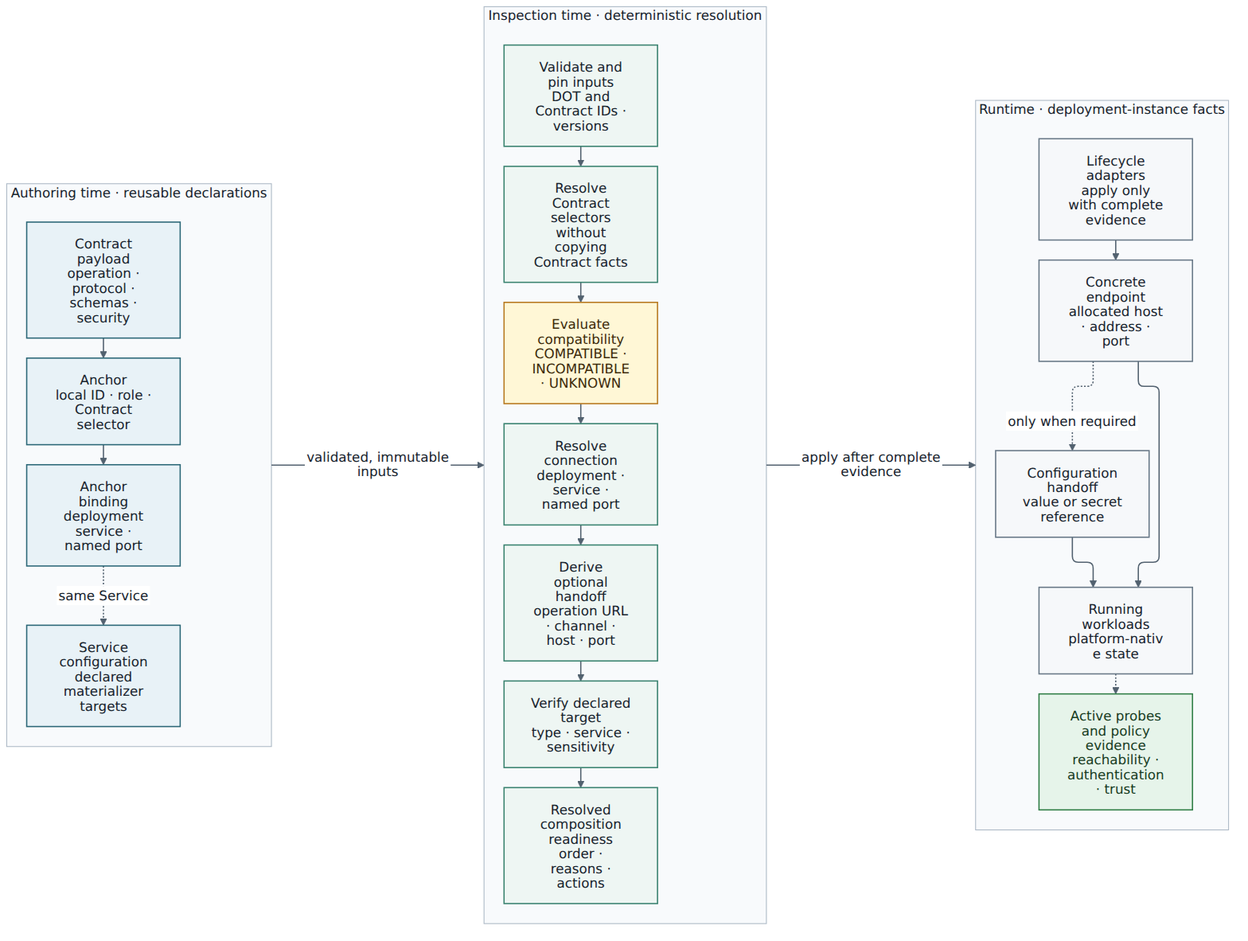
This is DOT-Design/next/dot-design/_images/diagrams/composition-resolution-stages.png from MARE-EU-Project/DOT-Docs, a Mermaid export, as it was before one commit. Its source is kept beside it as DOT-Design/next/dot-design/_attachments/diagrams/composition-resolution-stages.mmd.
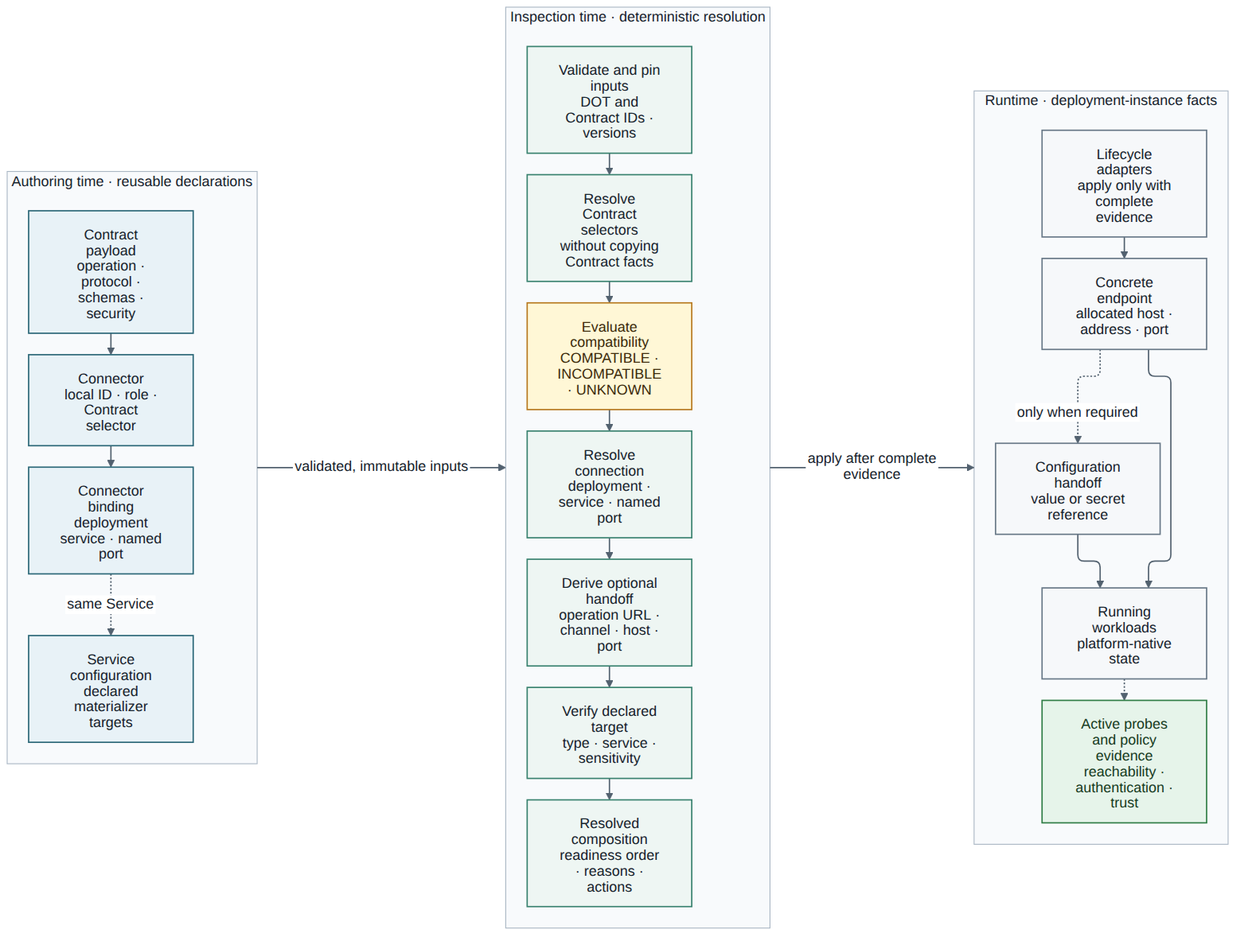
After the change.

The edit, as a diff of the source:
```diff
@@ -1,15 +1,15 @@
 flowchart LR
   accTitle: Authoring, composition resolution, and runtime stages
-  accDescr: Independently authored Contracts, Anchors, bindings, and configuration declarations are pinned and resolved into a deterministic resolved composition before lifecycle adapters create endpoints, materialize configuration, and collect runtime evidence.
+  accDescr: Independently authored Contracts, Connectors, bindings, and configuration declarations are pinned and resolved into a deterministic resolved composition before lifecycle adapters create endpoints, materialize configuration, and collect runtime evidence.
 
   subgraph Authoring["Authoring time · reusable declarations"]
     direction TB
     Contract["Contract payload<br/>operation · protocol · schemas · security"]
-    Anchor["Anchor<br/>local ID · role · Contract selector"]
-    Binding["Anchor binding<br/>deployment service · named port"]
+    Connector["Connector<br/>local ID · role · Contract selector"]
+    Binding["Connector binding<br/>deployment service · named port"]
     Config["Service configuration<br/>declared materializer targets"]
-    Contract --> Anchor
-    Anchor --> Binding
+    Contract --> Connector
+    Connector --> Binding
     Binding -.->|same Service| Config
   end
 
@@ -48,7 +48,7 @@
   classDef decision fill:#fff7d6,stroke:#b7791f,color:#3d2b0a,stroke-width:1.5px;
   classDef runtime fill:#f6f8fa,stroke:#687887,color:#17232d,stroke-width:1.5px;
   classDef evidence fill:#e6f4ea,stroke:#2f7d45,color:#173c23,stroke-width:1.5px;
-  class Contract,Anchor,Binding,Config authored;
+  class Contract,Connector,Binding,Config authored;
   class Inputs,Selectors,Connection,Handoff,Target,Resolution process;
   class Compatibility decision;
   class Apply,Endpoint,Inject,Workload runtime;
```
